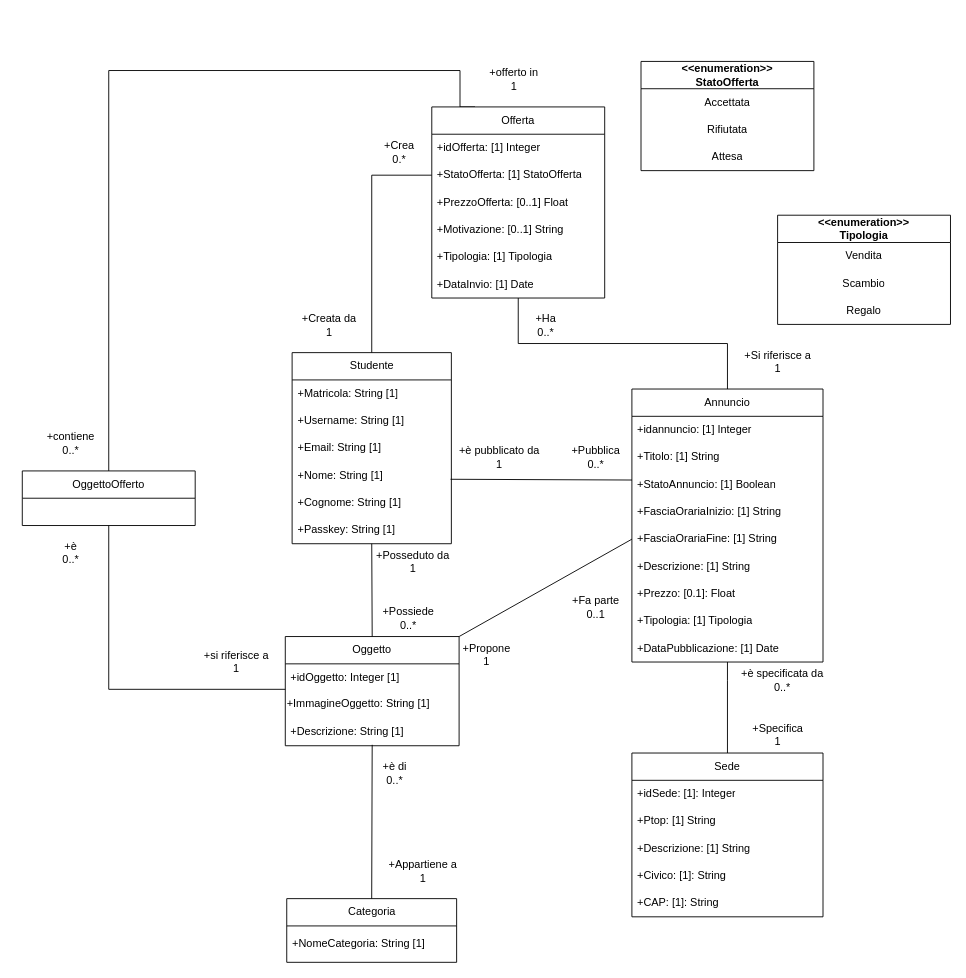
Above: UML_Ristrutturato.drawio in giuseeee88/UninaSwap-BDD (draw.io), before the change. Source tidied: cells renumbered, new cells numbered last; positions are measured from the earlier drawing's top-left corner, leaving out a move shared by most shapes. Both pictures are drawn from the tidied source at 91%, with x=0, y=0 at pixel (22, 61).
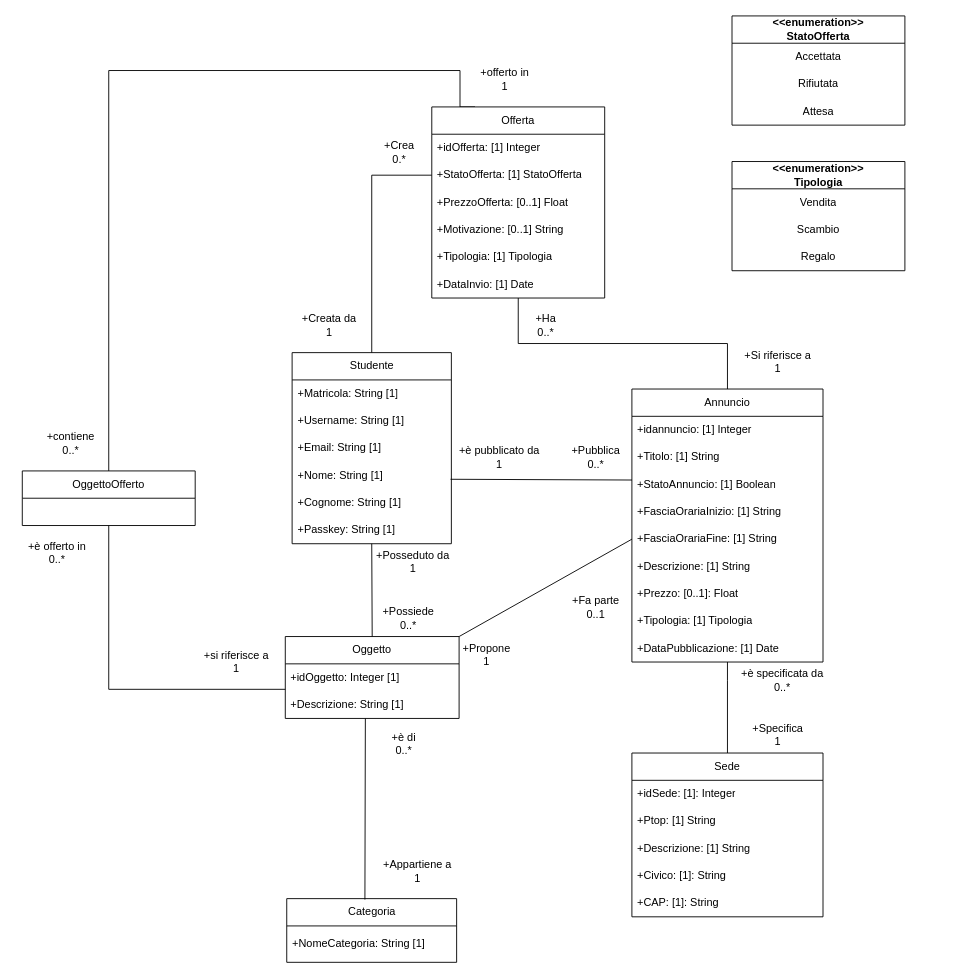
After the change.

Commit message (it also covers changes not shown here):
Modifiche al class diagram

Unchanged cells that the change refers to:
```xml
<mxCell id="14" value="Annuncio" style="swimlane;fontStyle=0;horizontal=1;startSize=30;whiteSpace=wrap;html=1;" parent="1" vertex="1">
  <mxGeometry x="669.9" y="360" width="210" height="300" as="geometry" />
</mxCell>
<mxCell id="69" value="Categoria" style="swimlane;fontStyle=0;horizontal=1;startSize=30;whiteSpace=wrap;html=1;" parent="1" vertex="1">
  <mxGeometry x="290.6" y="920" width="186.7" height="70" as="geometry" />
</mxCell>
```

What changed in the source:
```diff
@@
     <mxCell id="9" value="Oggetto" style="swimlane;fontStyle=0;horizontal=1;startSize=30;whiteSpace=wrap;html=1;" parent="1" vertex="1">
-      <mxGeometry x="289" y="632" width="191" height="120" as="geometry" />
+      <mxGeometry x="289" y="632" width="191" height="90" as="geometry" />
     </mxCell>
@@
-    <mxCell id="11" value="+ImmagineOggetto: String [1]" style="text;whiteSpace=wrap;html=1;" parent="9" vertex="1">
-      <mxGeometry y="60" width="191" height="30" as="geometry" />
-    </mxCell>
     <mxCell id="12" value="+Descrizione: String [1]" style="text;strokeColor=none;fillColor=none;align=left;verticalAlign=middle;spacingLeft=4;spacingRight=4;overflow=hidden;points=[[0,0.5],[1,0.5]];portConstraint=eastwest;whiteSpace=wrap;html=1;" parent="9" vertex="1">
-      <mxGeometry y="90" width="191" height="30" as="geometry" />
+      <mxGeometry y="60" width="191" height="30" as="geometry" />
     </mxCell>
@@
-    <mxCell id="21" value="+Prezzo: [0.1]: Float" style="text;strokeColor=none;fillColor=none;align=left;verticalAlign=middle;spacingLeft=4;spacingRight=4;overflow=hidden;whiteSpace=wrap;html=1;" parent="14" vertex="1">
+    <mxCell id="21" value="+Prezzo: [0..1]: Float" style="text;strokeColor=none;fillColor=none;align=left;verticalAlign=middle;spacingLeft=4;spacingRight=4;overflow=hidden;whiteSpace=wrap;html=1;" parent="14" vertex="1">
       <mxGeometry y="210" width="210" height="30" as="geometry" />
     </mxCell>
@@
     <mxCell id="42" value="&lt;b&gt;&amp;lt;&amp;lt;&lt;/b&gt;&lt;b&gt;&lt;/b&gt;&lt;b&gt;enumeration&lt;/b&gt;&lt;b&gt;&lt;/b&gt;&lt;b&gt;&amp;gt;&amp;gt;&lt;br&gt;StatoOfferta&lt;/b&gt;" style="swimlane;fontStyle=0;horizontal=1;startSize=30;whiteSpace=wrap;html=1;" parent="1" vertex="1">
-      <mxGeometry x="679.9" width="190" height="120" as="geometry" />
+      <mxGeometry x="779.9" y="-50" width="190" height="120" as="geometry" />
     </mxCell>
@@
     <mxCell id="59" value="&lt;div&gt;&lt;b&gt;&amp;lt;&amp;lt;&lt;/b&gt;&lt;b&gt;enumeration&lt;/b&gt;&lt;b&gt;&amp;gt;&amp;gt;&lt;/b&gt;&lt;/div&gt;&lt;div&gt;&lt;span style=&quot;text-align: left;&quot;&gt;&lt;b&gt;Tipologia&lt;/b&gt;&lt;/span&gt;&lt;/div&gt;" style="swimlane;fontStyle=0;horizontal=1;startSize=30;whiteSpace=wrap;html=1;" parent="1" vertex="1">
-      <mxGeometry x="830" y="169" width="190" height="120" as="geometry" />
+      <mxGeometry x="779.9" y="110" width="190" height="120" as="geometry" />
     </mxCell>
@@
     <mxCell id="66" value="&lt;div&gt;+offerto in&lt;/div&gt;1" style="text;html=1;align=center;verticalAlign=middle;strokeColor=none;fillColor=none;" parent="1" vertex="1">
-      <mxGeometry x="499.9" width="80" height="40" as="geometry" />
+      <mxGeometry x="489.9" width="80" height="40" as="geometry" />
     </mxCell>
@@
-    <mxCell id="68" value="+è&lt;div&gt;0..*&lt;/div&gt;" style="text;html=1;align=center;verticalAlign=middle;strokeColor=none;fillColor=none;" parent="1" vertex="1">
-      <mxGeometry x="33" y="520" width="40" height="40" as="geometry" />
+    <mxCell id="68" value="+è offerto in&lt;div&gt;0..*&lt;/div&gt;" style="text;html=1;align=center;verticalAlign=middle;strokeColor=none;fillColor=none;" parent="1" vertex="1">
+      <mxGeometry x="-7" y="520" width="90" height="40" as="geometry" />
     </mxCell>
@@
     <mxCell id="71" value="+Appartiene a&lt;br&gt;1" style="text;html=1;align=center;verticalAlign=middle;strokeColor=none;fillColor=none;" parent="1" vertex="1">
-      <mxGeometry x="389.9" y="870" width="100" height="40" as="geometry" />
+      <mxGeometry x="384" y="870" width="100" height="40" as="geometry" />
     </mxCell>
     <mxCell id="72" value="+è di&lt;br&gt;0..*" style="text;html=1;align=center;verticalAlign=middle;strokeColor=none;fillColor=none;" parent="1" vertex="1">
-      <mxGeometry x="384" y="762" width="50" height="40" as="geometry" />
+      <mxGeometry x="394" y="730" width="50" height="40" as="geometry" />
     </mxCell>
-    <mxCell id="73" style="endArrow=none;html=1;rounded=0;exitX=0.5;exitY=0;exitDx=0;exitDy=0;entryX=0.5;entryY=0.966;entryDx=0;entryDy=0;entryPerimeter=0;" parent="1" edge="1" source="69" target="12">
-      <mxGeometry relative="1" as="geometry" />
+    <mxCell id="73" style="endArrow=none;html=1;rounded=0;exitX=0.5;exitY=0;exitDx=0;exitDy=0;entryX=0.5;entryY=0.966;entryDx=0;entryDy=0;entryPerimeter=0;" parent="1" edge="1">
+      <mxGeometry relative="1" as="geometry">
+        <mxPoint x="376.5" y="921" as="sourcePoint" />
+        <mxPoint x="377" y="722" as="targetPoint" />
+      </mxGeometry>
     </mxCell>
```
